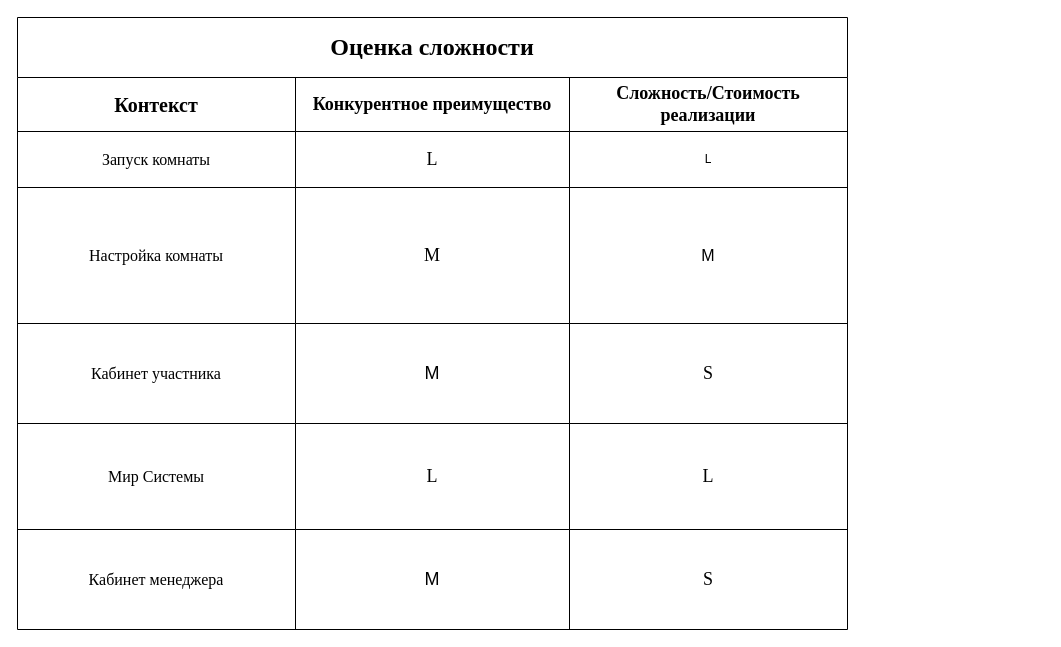
Earlier version of the draw.io diagram page "Страница 5" (3 of 4) of HabitsDiagram.drawio (AATerekhov/OtusASPNET2024_08Team4). Source tidied: cells renumbered, new cells numbered last; positions are measured from the earlier drawing's top-left corner, leaving out a move shared by most shapes. Both pictures are drawn from the tidied source at 100%, with x=0, y=0 at pixel (17, 17).
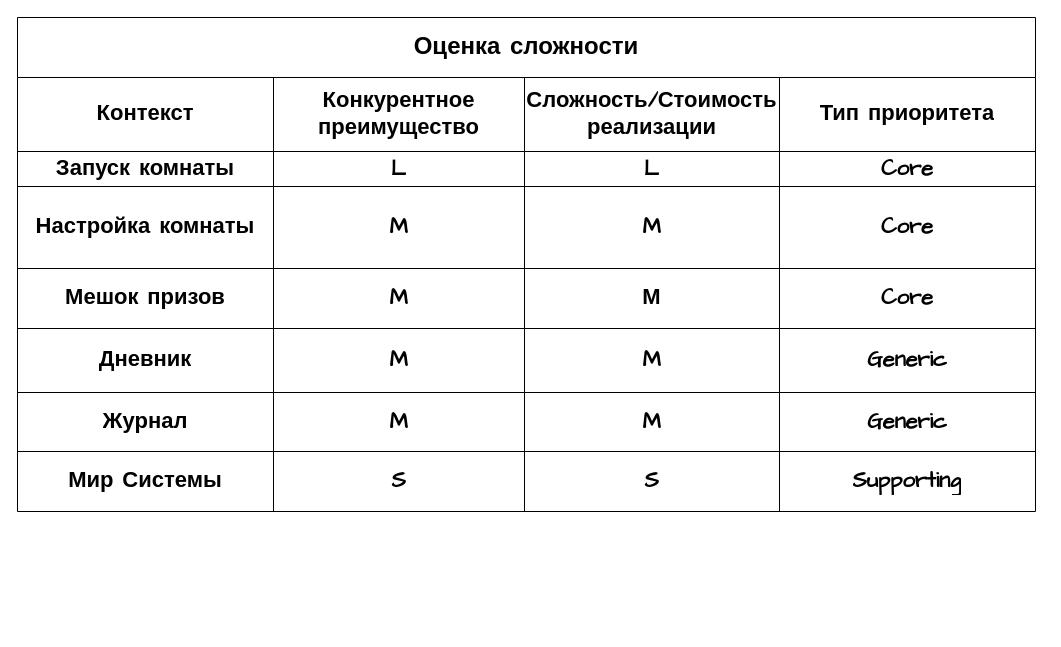
Above is the later version.

Change to the diagram source:
```diff
@@
-    <mxCell id="2" value="&lt;b style=&quot;font-size: 24px&quot;&gt;&lt;font face=&quot;Times New Roman&quot;&gt;Оценка сложности&lt;/font&gt;&lt;/b&gt;" style="shape=table;html=1;whiteSpace=wrap;startSize=60;childLayout=tableLayout;fontStyle=1;align=center;" parent="1" vertex="1">
-      <mxGeometry width="830" height="612" as="geometry" />
+    <mxCell id="2" value="&lt;b style=&quot;font-size: 24px;&quot;&gt;&lt;font style=&quot;font-size: 24px;&quot;&gt;Оценка сложности&lt;/font&gt;&lt;/b&gt;" style="shape=table;html=1;whiteSpace=wrap;startSize=60;childLayout=tableLayout;fontStyle=1;align=center;fontFamily=Comic Sans MS;fontSize=24;rounded=0;shadow=0;" parent="1" vertex="1">
+      <mxGeometry width="1018" height="494" as="geometry" />
     </mxCell>
     <mxCell id="3" style="shape=partialRectangle;html=1;whiteSpace=wrap;fillColor=none;top=0;left=0;bottom=0;right=0;" parent="2" vertex="1">
-      <mxGeometry y="60" width="830" height="54" as="geometry" />
+      <mxGeometry y="60" width="1018" height="74" as="geometry" />
     </mxCell>
-    <mxCell id="4" value="&lt;b&gt;&lt;font style=&quot;font-size: 20px&quot;&gt;Контекст&lt;/font&gt;&lt;/b&gt;" style="shape=partialRectangle;html=1;whiteSpace=wrap;fillColor=none;top=0;left=0;bottom=0;right=0;overflow=hidden;fontFamily=Times New Roman;fontSize=16;" parent="3" vertex="1">
-      <mxGeometry width="278" height="54" as="geometry" />
+    <mxCell id="4" value="&lt;span style=&quot;font-size: 22px;&quot;&gt;&lt;font style=&quot;font-size: 22px;&quot;&gt;Контекст&lt;/font&gt;&lt;/span&gt;" style="shape=partialRectangle;html=1;whiteSpace=wrap;fillColor=none;top=0;left=0;bottom=0;right=0;overflow=hidden;fontFamily=Comic Sans MS;fontSize=22;fontStyle=1;" parent="3" vertex="1">
+      <mxGeometry width="256" height="74" as="geometry" />
     </mxCell>
-    <mxCell id="5" value="&lt;font style=&quot;font-size: 18px&quot; face=&quot;Times New Roman&quot;&gt;&lt;b&gt;Конкурентное преимущество&lt;/b&gt;&lt;/font&gt;" style="shape=partialRectangle;html=1;whiteSpace=wrap;fillColor=none;top=0;left=0;bottom=0;right=0;overflow=hidden;" parent="3" vertex="1">
-      <mxGeometry x="278" width="274" height="54" as="geometry" />
+    <mxCell id="5" value="&lt;font style=&quot;font-size: 22px;&quot;&gt;&lt;span style=&quot;font-size: 22px;&quot;&gt;Конкурентное преимущество&lt;/span&gt;&lt;/font&gt;" style="shape=partialRectangle;html=1;whiteSpace=wrap;fillColor=none;top=0;left=0;bottom=0;right=0;overflow=hidden;fontFamily=Comic Sans MS;fontSize=22;fontStyle=1;" parent="3" vertex="1">
+      <mxGeometry x="256" width="251" height="74" as="geometry" />
     </mxCell>
-    <mxCell id="6" value="&lt;font face=&quot;Times New Roman&quot; size=&quot;1&quot;&gt;&lt;b style=&quot;font-size: 18px&quot;&gt;Сложность/Стоимость реализации&lt;/b&gt;&lt;/font&gt;" style="shape=partialRectangle;html=1;whiteSpace=wrap;fillColor=none;top=0;left=0;bottom=0;right=0;overflow=hidden;" parent="3" vertex="1">
-      <mxGeometry x="552" width="278" height="54" as="geometry" />
+    <mxCell id="6" value="&lt;font style=&quot;font-size: 22px;&quot;&gt;&lt;span style=&quot;font-size: 22px;&quot;&gt;Сложность/Стоимость реализации&lt;/span&gt;&lt;/font&gt;" style="shape=partialRectangle;html=1;whiteSpace=wrap;fillColor=none;top=0;left=0;bottom=0;right=0;overflow=hidden;fontFamily=Comic Sans MS;fontSize=22;fontStyle=1;" parent="3" vertex="1">
+      <mxGeometry x="507" width="255" height="74" as="geometry" />
     </mxCell>
+    <mxCell id="27" value="Тип приоритета" style="shape=partialRectangle;html=1;whiteSpace=wrap;fillColor=none;top=0;left=0;bottom=0;right=0;overflow=hidden;fontFamily=Comic Sans MS;fontSize=22;fontStyle=1;" parent="3" vertex="1">
+      <mxGeometry x="762" width="256" height="74" as="geometry" />
+    </mxCell>
     <mxCell id="7" style="shape=partialRectangle;html=1;whiteSpace=wrap;fillColor=none;top=0;left=0;bottom=0;right=0;" parent="2" vertex="1">
-      <mxGeometry y="114" width="830" height="56" as="geometry" />
+      <mxGeometry y="134" width="1018" height="35" as="geometry" />
     </mxCell>
-    <mxCell id="8" value="Запуск комнаты" style="shape=partialRectangle;html=1;whiteSpace=wrap;fillColor=none;top=0;left=0;bottom=0;right=0;overflow=hidden;fontFamily=Times New Roman;fontSize=16;" parent="7" vertex="1">
-      <mxGeometry width="278" height="56" as="geometry" />
+    <mxCell id="8" value="Запуск комнаты" style="shape=partialRectangle;html=1;whiteSpace=wrap;fillColor=none;top=0;left=0;bottom=0;right=0;overflow=hidden;fontFamily=Comic Sans MS;fontSize=22;fontStyle=1;" parent="7" vertex="1">
+      <mxGeometry width="256" height="35" as="geometry" />
     </mxCell>
-    <mxCell id="9" value="&lt;font style=&quot;font-size: 18px&quot; face=&quot;Times New Roman&quot;&gt;L&lt;/font&gt;" style="shape=partialRectangle;html=1;whiteSpace=wrap;fillColor=none;top=0;left=0;bottom=0;right=0;overflow=hidden;strokeWidth=17;" parent="7" vertex="1">
-      <mxGeometry x="278" width="274" height="56" as="geometry" />
+    <mxCell id="9" value="&lt;font style=&quot;font-size: 22px;&quot;&gt;L&lt;/font&gt;" style="shape=partialRectangle;html=1;whiteSpace=wrap;fillColor=none;top=0;left=0;bottom=0;right=0;overflow=hidden;strokeWidth=17;fontFamily=Comic Sans MS;fontSize=22;fontStyle=1;" parent="7" vertex="1">
+      <mxGeometry x="256" width="251" height="35" as="geometry" />
     </mxCell>
-    <mxCell id="10" value="L" style="shape=partialRectangle;html=1;whiteSpace=wrap;fillColor=none;top=0;left=0;bottom=0;right=0;overflow=hidden;" parent="7" vertex="1">
-      <mxGeometry x="552" width="278" height="56" as="geometry" />
+    <mxCell id="10" value="L" style="shape=partialRectangle;html=1;whiteSpace=wrap;fillColor=none;top=0;left=0;bottom=0;right=0;overflow=hidden;fontFamily=Comic Sans MS;fontSize=22;fontStyle=1;" parent="7" vertex="1">
+      <mxGeometry x="507" width="255" height="35" as="geometry" />
     </mxCell>
+    <mxCell id="28" value="&lt;span style=&quot;font-size: 22px;&quot; id=&quot;docs-internal-guid-426d57be-7fff-87fe-eb49-12bff9034590&quot;&gt;&lt;span style=&quot;font-size: 22px; background-color: transparent; font-variant-numeric: normal; font-variant-east-asian: normal; font-variant-alternates: normal; font-variant-position: normal; vertical-align: baseline; white-space-collapse: preserve;&quot;&gt;Core&lt;/span&gt;&lt;/span&gt;" style="shape=partialRectangle;html=1;whiteSpace=wrap;fillColor=none;top=0;left=0;bottom=0;right=0;overflow=hidden;fontFamily=Comic Sans MS;fontSize=22;fontStyle=1;" parent="7" vertex="1">
+      <mxGeometry x="762" width="256" height="35" as="geometry" />
+    </mxCell>
     <mxCell id="11" style="shape=partialRectangle;html=1;whiteSpace=wrap;fillColor=none;top=0;left=0;bottom=0;right=0;" parent="2" vertex="1">
-      <mxGeometry y="170" width="830" height="136" as="geometry" />
+      <mxGeometry y="169" width="1018" height="82" as="geometry" />
     </mxCell>
-    <mxCell id="12" value="&lt;font style=&quot;font-size: 16px&quot; face=&quot;Times New Roman&quot;&gt;Настройка комнаты&lt;/font&gt;" style="shape=partialRectangle;html=1;whiteSpace=wrap;fillColor=none;top=0;left=0;bottom=0;right=0;overflow=hidden;" parent="11" vertex="1">
-      <mxGeometry width="278" height="136" as="geometry" />
+    <mxCell id="12" value="&lt;font style=&quot;font-size: 22px;&quot;&gt;Настройка комнаты&lt;/font&gt;" style="shape=partialRectangle;html=1;whiteSpace=wrap;fillColor=none;top=0;left=0;bottom=0;right=0;overflow=hidden;fontFamily=Comic Sans MS;fontSize=22;fontStyle=1;" parent="11" vertex="1">
+      <mxGeometry width="256" height="82" as="geometry" />
     </mxCell>
-    <mxCell id="13" value="&lt;font style=&quot;font-size: 18px&quot; face=&quot;Times New Roman&quot;&gt;M&lt;/font&gt;" style="shape=partialRectangle;html=1;whiteSpace=wrap;fillColor=none;top=0;left=0;bottom=0;right=0;overflow=hidden;strokeWidth=17;" parent="11" vertex="1">
-      <mxGeometry x="278" width="274" height="136" as="geometry" />
+    <mxCell id="13" value="&lt;font style=&quot;font-size: 22px;&quot;&gt;M&lt;/font&gt;" style="shape=partialRectangle;html=1;whiteSpace=wrap;fillColor=none;top=0;left=0;bottom=0;right=0;overflow=hidden;strokeWidth=17;fontFamily=Comic Sans MS;fontSize=22;fontStyle=1;" parent="11" vertex="1">
+      <mxGeometry x="256" width="251" height="82" as="geometry" />
     </mxCell>
-    <mxCell id="14" value="&lt;font style=&quot;font-size: 16px&quot;&gt;M&lt;/font&gt;" style="shape=partialRectangle;html=1;whiteSpace=wrap;fillColor=none;top=0;left=0;bottom=0;right=0;overflow=hidden;" parent="11" vertex="1">
-      <mxGeometry x="552" width="278" height="136" as="geometry" />
+    <mxCell id="14" value="&lt;font style=&quot;font-size: 22px;&quot;&gt;M&lt;/font&gt;" style="shape=partialRectangle;html=1;whiteSpace=wrap;fillColor=none;top=0;left=0;bottom=0;right=0;overflow=hidden;fontFamily=Comic Sans MS;fontSize=22;fontStyle=1;" parent="11" vertex="1">
+      <mxGeometry x="507" width="255" height="82" as="geometry" />
     </mxCell>
+    <mxCell id="29" value="&lt;span style=&quot;white-space-collapse: preserve;&quot;&gt;Core&lt;/span&gt;" style="shape=partialRectangle;html=1;whiteSpace=wrap;fillColor=none;top=0;left=0;bottom=0;right=0;overflow=hidden;fontFamily=Comic Sans MS;fontSize=22;fontStyle=1;" parent="11" vertex="1">
+      <mxGeometry x="762" width="256" height="82" as="geometry" />
+    </mxCell>
     <mxCell id="15" style="shape=partialRectangle;html=1;whiteSpace=wrap;fillColor=none;top=0;left=0;bottom=0;right=0;" parent="2" vertex="1">
-      <mxGeometry y="306" width="830" height="100" as="geometry" />
+      <mxGeometry y="251" width="1018" height="60" as="geometry" />
     </mxCell>
-    <mxCell id="16" value="&lt;font style=&quot;font-size: 16px&quot; face=&quot;Times New Roman&quot;&gt;Кабинет участника&lt;/font&gt;" style="shape=partialRectangle;html=1;whiteSpace=wrap;fillColor=none;top=0;left=0;bottom=0;right=0;overflow=hidden;" parent="15" vertex="1">
-      <mxGeometry width="278" height="100" as="geometry" />
+    <mxCell id="16" value="Мешок призов" style="shape=partialRectangle;html=1;whiteSpace=wrap;fillColor=none;top=0;left=0;bottom=0;right=0;overflow=hidden;fontFamily=Comic Sans MS;fontSize=22;fontStyle=1;" parent="15" vertex="1">
+      <mxGeometry width="256" height="60" as="geometry" />
     </mxCell>
-    <mxCell id="17" value="&lt;font style=&quot;font-size: 18px&quot;&gt;M&lt;/font&gt;" style="shape=partialRectangle;html=1;whiteSpace=wrap;fillColor=none;top=0;left=0;bottom=0;right=0;overflow=hidden;strokeWidth=17;" parent="15" vertex="1">
-      <mxGeometry x="278" width="274" height="100" as="geometry" />
+    <mxCell id="17" value="&lt;font style=&quot;font-size: 22px;&quot;&gt;M&lt;/font&gt;" style="shape=partialRectangle;html=1;whiteSpace=wrap;fillColor=none;top=0;left=0;bottom=0;right=0;overflow=hidden;strokeWidth=17;fontFamily=Comic Sans MS;fontSize=22;fontStyle=1;" parent="15" vertex="1">
+      <mxGeometry x="256" width="251" height="60" as="geometry" />
     </mxCell>
-    <mxCell id="18" value="&lt;font face=&quot;Times New Roman&quot; style=&quot;font-size: 18px&quot;&gt;S&lt;/font&gt;" style="shape=partialRectangle;html=1;whiteSpace=wrap;fillColor=none;top=0;left=0;bottom=0;right=0;overflow=hidden;strokeWidth=17;" parent="15" vertex="1">
-      <mxGeometry x="552" width="278" height="100" as="geometry" />
+    <mxCell id="18" value="&lt;font style=&quot;font-size: 22px;&quot;&gt;М&lt;/font&gt;" style="shape=partialRectangle;html=1;whiteSpace=wrap;fillColor=none;top=0;left=0;bottom=0;right=0;overflow=hidden;strokeWidth=17;fontFamily=Comic Sans MS;fontSize=22;fontStyle=1;" parent="15" vertex="1">
+      <mxGeometry x="507" width="255" height="60" as="geometry" />
     </mxCell>
+    <mxCell id="30" value="&lt;span style=&quot;white-space-collapse: preserve;&quot;&gt;Core&lt;/span&gt;" style="shape=partialRectangle;html=1;whiteSpace=wrap;fillColor=none;top=0;left=0;bottom=0;right=0;overflow=hidden;strokeWidth=17;fontFamily=Comic Sans MS;fontSize=22;fontStyle=1;" parent="15" vertex="1">
+      <mxGeometry x="762" width="256" height="60" as="geometry" />
+    </mxCell>
     <mxCell id="19" style="shape=partialRectangle;html=1;whiteSpace=wrap;fillColor=none;top=0;left=0;bottom=0;right=0;" parent="2" vertex="1">
-      <mxGeometry y="406" width="830" height="106" as="geometry" />
+      <mxGeometry y="311" width="1018" height="64" as="geometry" />
     </mxCell>
-    <mxCell id="20" value="&lt;font style=&quot;font-size: 16px&quot; face=&quot;Times New Roman&quot;&gt;Мир Системы&lt;/font&gt;" style="shape=partialRectangle;html=1;whiteSpace=wrap;fillColor=none;top=0;left=0;bottom=0;right=0;overflow=hidden;" parent="19" vertex="1">
-      <mxGeometry width="278" height="106" as="geometry" />
+    <mxCell id="20" value="Дневник" style="shape=partialRectangle;html=1;whiteSpace=wrap;fillColor=none;top=0;left=0;bottom=0;right=0;overflow=hidden;fontFamily=Comic Sans MS;fontSize=22;fontStyle=1;" parent="19" vertex="1">
+      <mxGeometry width="256" height="64" as="geometry" />
     </mxCell>
-    <mxCell id="21" value="&lt;font face=&quot;Times New Roman&quot; style=&quot;font-size: 18px&quot;&gt;L&lt;/font&gt;" style="shape=partialRectangle;html=1;whiteSpace=wrap;fillColor=none;top=0;left=0;bottom=0;right=0;overflow=hidden;strokeWidth=17;" parent="19" vertex="1">
-      <mxGeometry x="278" width="274" height="106" as="geometry" />
+    <mxCell id="21" value="&lt;font style=&quot;font-size: 22px;&quot;&gt;M&lt;/font&gt;" style="shape=partialRectangle;html=1;whiteSpace=wrap;fillColor=none;top=0;left=0;bottom=0;right=0;overflow=hidden;strokeWidth=17;fontFamily=Comic Sans MS;fontSize=22;fontStyle=1;" parent="19" vertex="1">
+      <mxGeometry x="256" width="251" height="64" as="geometry" />
     </mxCell>
-    <mxCell id="22" value="&lt;font style=&quot;font-size: 18px&quot; face=&quot;Times New Roman&quot;&gt;L&lt;/font&gt;" style="shape=partialRectangle;html=1;whiteSpace=wrap;fillColor=none;top=0;left=0;bottom=0;right=0;overflow=hidden;" parent="19" vertex="1">
-      <mxGeometry x="552" width="278" height="106" as="geometry" />
+    <mxCell id="22" value="&lt;font style=&quot;font-size: 22px;&quot;&gt;M&lt;/font&gt;" style="shape=partialRectangle;html=1;whiteSpace=wrap;fillColor=none;top=0;left=0;bottom=0;right=0;overflow=hidden;fontFamily=Comic Sans MS;fontSize=22;fontStyle=1;" parent="19" vertex="1">
+      <mxGeometry x="507" width="255" height="64" as="geometry" />
     </mxCell>
+    <mxCell id="31" value="&lt;span style=&quot;font-size: 22px;&quot; id=&quot;docs-internal-guid-a71ea0e5-7fff-0eb2-e671-8703f09c9b2c&quot;&gt;&lt;span style=&quot;font-size: 22px; background-color: transparent; font-variant-numeric: normal; font-variant-east-asian: normal; font-variant-alternates: normal; font-variant-position: normal; vertical-align: baseline; white-space-collapse: preserve;&quot;&gt;Generic&lt;/span&gt;&lt;/span&gt;" style="shape=partialRectangle;html=1;whiteSpace=wrap;fillColor=none;top=0;left=0;bottom=0;right=0;overflow=hidden;fontFamily=Comic Sans MS;fontSize=22;fontStyle=1;" parent="19" vertex="1">
+      <mxGeometry x="762" width="256" height="64" as="geometry" />
+    </mxCell>
     <mxCell id="23" style="shape=partialRectangle;html=1;whiteSpace=wrap;fillColor=none;top=0;left=0;bottom=0;right=0;" parent="2" vertex="1">
-      <mxGeometry y="512" width="830" height="100" as="geometry" />
+      <mxGeometry y="375" width="1018" height="59" as="geometry" />
     </mxCell>
-    <mxCell id="24" value="&lt;font style=&quot;font-size: 16px&quot; face=&quot;Times New Roman&quot;&gt;Кабинет менеджера&lt;/font&gt;" style="shape=partialRectangle;html=1;whiteSpace=wrap;fillColor=none;top=0;left=0;bottom=0;right=0;overflow=hidden;" parent="23" vertex="1">
-      <mxGeometry width="278" height="100" as="geometry" />
+    <mxCell id="24" value="Журнал" style="shape=partialRectangle;html=1;whiteSpace=wrap;fillColor=none;top=0;left=0;bottom=0;right=0;overflow=hidden;fontFamily=Comic Sans MS;fontSize=22;fontStyle=1;" parent="23" vertex="1">
+      <mxGeometry width="256" height="59" as="geometry" />
     </mxCell>
-    <mxCell id="25" value="&lt;font style=&quot;font-size: 18px&quot;&gt;M&lt;/font&gt;" style="shape=partialRectangle;html=1;whiteSpace=wrap;fillColor=none;top=0;left=0;bottom=0;right=0;overflow=hidden;" parent="23" vertex="1">
-      <mxGeometry x="278" width="274" height="100" as="geometry" />
+    <mxCell id="25" value="&lt;font style=&quot;font-size: 22px;&quot;&gt;M&lt;/font&gt;" style="shape=partialRectangle;html=1;whiteSpace=wrap;fillColor=none;top=0;left=0;bottom=0;right=0;overflow=hidden;fontFamily=Comic Sans MS;fontSize=22;fontStyle=1;" parent="23" vertex="1">
+      <mxGeometry x="256" width="251" height="59" as="geometry" />
     </mxCell>
-    <mxCell id="26" value="&lt;font style=&quot;font-size: 18px&quot; face=&quot;Times New Roman&quot;&gt;S&lt;/font&gt;" style="shape=partialRectangle;html=1;whiteSpace=wrap;fillColor=none;top=0;left=0;bottom=0;right=0;overflow=hidden;" parent="23" vertex="1">
-      <mxGeometry x="552" width="278" height="100" as="geometry" />
+    <mxCell id="26" value="&lt;font style=&quot;font-size: 22px;&quot;&gt;M&lt;/font&gt;" style="shape=partialRectangle;html=1;whiteSpace=wrap;fillColor=none;top=0;left=0;bottom=0;right=0;overflow=hidden;fontFamily=Comic Sans MS;fontSize=22;fontStyle=1;" parent="23" vertex="1">
+      <mxGeometry x="507" width="255" height="59" as="geometry" />
     </mxCell>
+    <mxCell id="32" value="&lt;span style=&quot;font-size: 22px;&quot; id=&quot;docs-internal-guid-a71ea0e5-7fff-0eb2-e671-8703f09c9b2c&quot;&gt;&lt;span style=&quot;font-size: 22px; background-color: transparent; font-variant-numeric: normal; font-variant-east-asian: normal; font-variant-alternates: normal; font-variant-position: normal; vertical-align: baseline; white-space-collapse: preserve;&quot;&gt;Generic&lt;/span&gt;&lt;/span&gt;" style="shape=partialRectangle;html=1;whiteSpace=wrap;fillColor=none;top=0;left=0;bottom=0;right=0;overflow=hidden;fontFamily=Comic Sans MS;fontSize=22;fontStyle=1;" parent="23" vertex="1">
+      <mxGeometry x="762" width="256" height="59" as="geometry" />
+    </mxCell>
+    <mxCell id="33" style="shape=partialRectangle;html=1;whiteSpace=wrap;fillColor=none;top=0;left=0;bottom=0;right=0;" parent="2" vertex="1">
+      <mxGeometry y="434" width="1018" height="60" as="geometry" />
+    </mxCell>
+    <mxCell id="34" value="Мир Системы" style="shape=partialRectangle;html=1;whiteSpace=wrap;fillColor=none;top=0;left=0;bottom=0;right=0;overflow=hidden;fontFamily=Comic Sans MS;fontSize=22;fontStyle=1;" parent="33" vertex="1">
+      <mxGeometry width="256" height="60" as="geometry" />
+    </mxCell>
+    <mxCell id="35" value="S" style="shape=partialRectangle;html=1;whiteSpace=wrap;fillColor=none;top=0;left=0;bottom=0;right=0;overflow=hidden;fontFamily=Comic Sans MS;fontSize=22;fontStyle=1;" parent="33" vertex="1">
+      <mxGeometry x="256" width="251" height="60" as="geometry" />
+    </mxCell>
+    <mxCell id="36" value="S" style="shape=partialRectangle;html=1;whiteSpace=wrap;fillColor=none;top=0;left=0;bottom=0;right=0;overflow=hidden;fontFamily=Comic Sans MS;fontSize=22;fontStyle=1;" parent="33" vertex="1">
+      <mxGeometry x="507" width="255" height="60" as="geometry" />
+    </mxCell>
+    <mxCell id="37" value="&lt;span style=&quot;font-size: 22px;&quot; id=&quot;docs-internal-guid-1018b91c-7fff-2b27-6d7f-b4f81261cea5&quot;&gt;&lt;span style=&quot;font-size: 22px; background-color: transparent; font-variant-numeric: normal; font-variant-east-asian: normal; font-variant-alternates: normal; font-variant-position: normal; vertical-align: baseline; white-space-collapse: preserve;&quot;&gt;Supporting&lt;/span&gt;&lt;/span&gt;" style="shape=partialRectangle;html=1;whiteSpace=wrap;fillColor=none;top=0;left=0;bottom=0;right=0;overflow=hidden;fontFamily=Comic Sans MS;fontSize=22;fontStyle=1;" parent="33" vertex="1">
+      <mxGeometry x="762" width="256" height="60" as="geometry" />
+    </mxCell>
```
